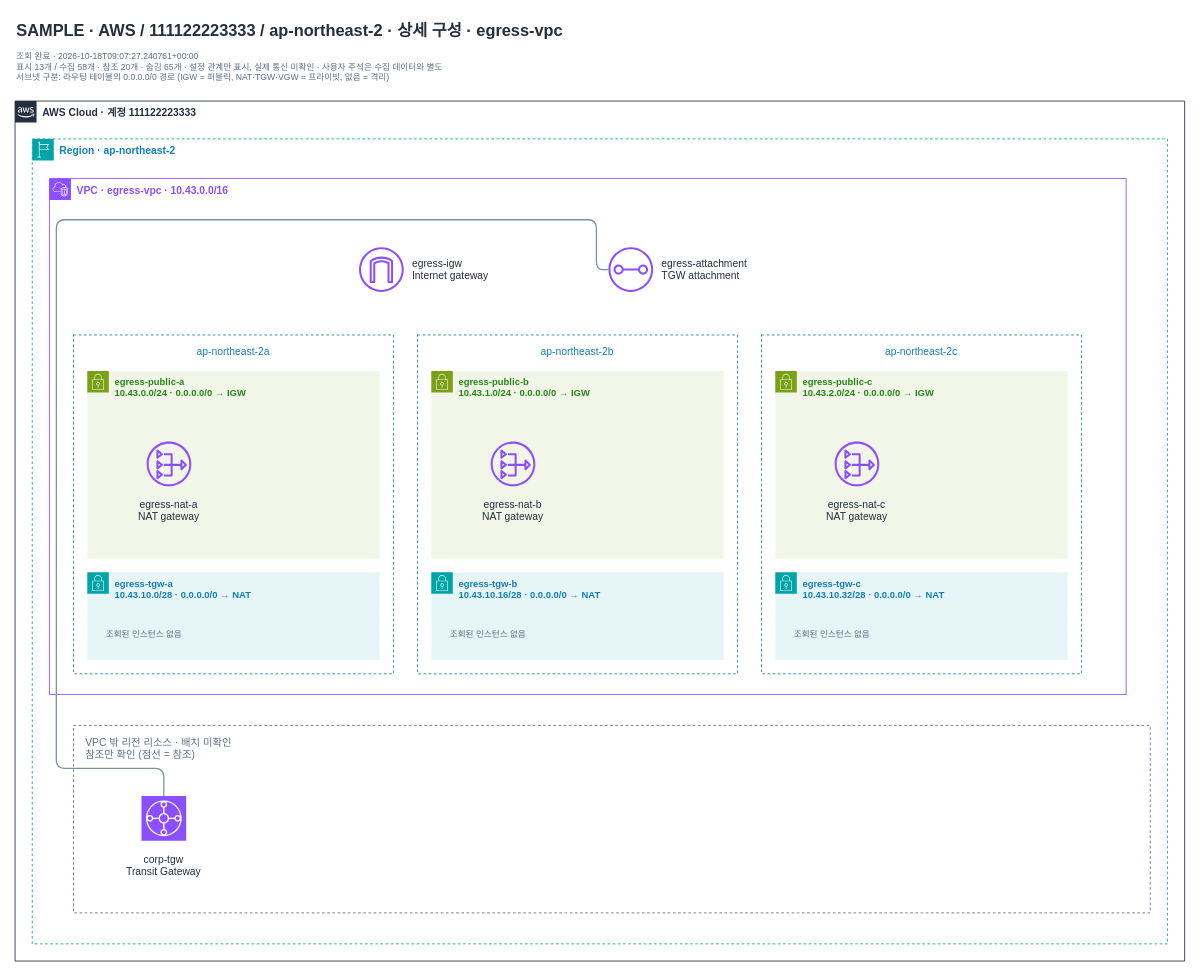
Before: page "vpc-egress00000000004" (2 of 5) of examples/samples/environments/topology.drawio in men16922/diagram-bot, a draw.io diagram. Source tidied: cells renumbered, new cells numbered last; positions are measured from the earlier drawing's top-left corner, leaving out a move shared by most shapes. Both pictures are drawn from the tidied source at 86%, with x=0, y=0 at pixel (15, 15).
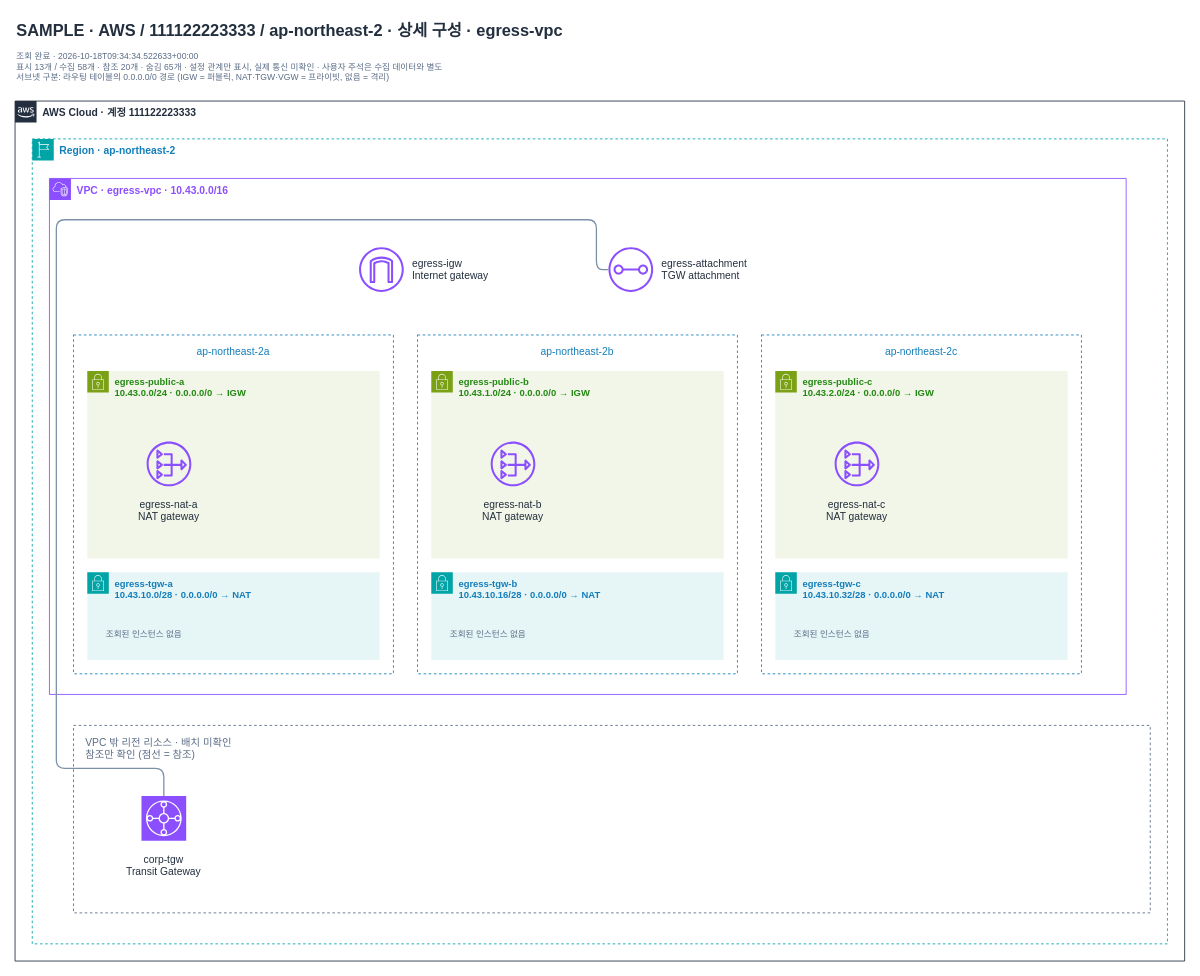
The same page after the edit.

The edit, as a diff of the source:
```diff
@@
-    <mxCell id="3" value="조회 완료 · 2026-10-18T09:07:27.240761+00:00&#10;표시 13개 / 수집 58개 · 참조 20개 · 숨김 65개 · 설정 관계만 표시, 실제 통신 미확인 · 사용자 주석은 수집 데이터와 별도&#10;서브넷 구분: 라우팅 테이블의 0.0.0.0/0 경로 (IGW = 퍼블릭, NAT·TGW·VGW = 프라이빗, 없음 = 격리)" style="html=0;fontFamily=Arial;fontSize=12;fontColor=#232F3E;text;align=left;verticalAlign=top;whiteSpace=wrap;fontSize=10;fontColor=#5A6C86;strokeColor=none;fillColor=none;" parent="1" vertex="1">
+    <mxCell id="3" value="조회 완료 · 2026-10-18T09:34:34.522633+00:00&#10;표시 13개 / 수집 58개 · 참조 20개 · 숨김 65개 · 설정 관계만 표시, 실제 통신 미확인 · 사용자 주석은 수집 데이터와 별도&#10;서브넷 구분: 라우팅 테이블의 0.0.0.0/0 경로 (IGW = 퍼블릭, NAT·TGW·VGW = 프라이빗, 없음 = 격리)" style="html=0;fontFamily=Arial;fontSize=12;fontColor=#232F3E;text;align=left;verticalAlign=top;whiteSpace=wrap;fontSize=10;fontColor=#5A6C86;strokeColor=none;fillColor=none;" parent="1" vertex="1">
       <mxGeometry y="36" width="960" height="42" as="geometry" />
     </mxCell>
```
